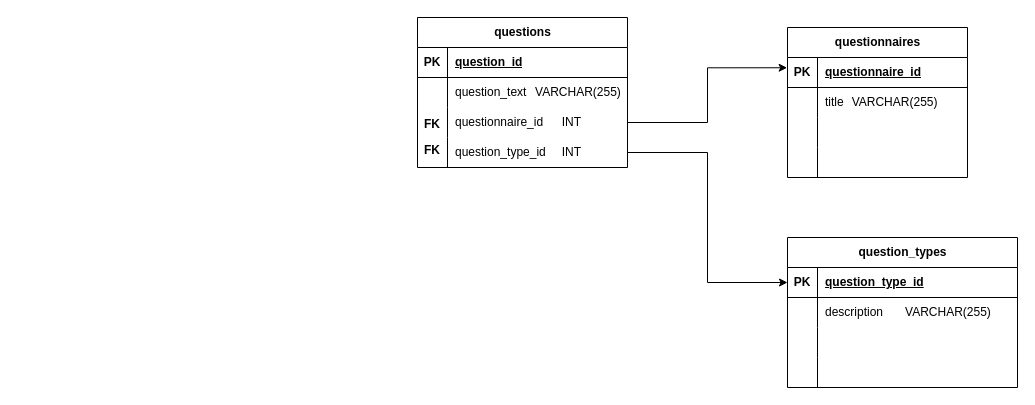
Earlier version of the draw.io diagram Documentation/MLD_exercice_looper.drawio (Mashiro3131/exercise-looper). Source tidied: cells renumbered, new cells numbered last; positions are measured from the earlier drawing's top-left corner, leaving out a move shared by most shapes. Both pictures are drawn from the tidied source at 100%, with x=0, y=0 at pixel (417, 17).
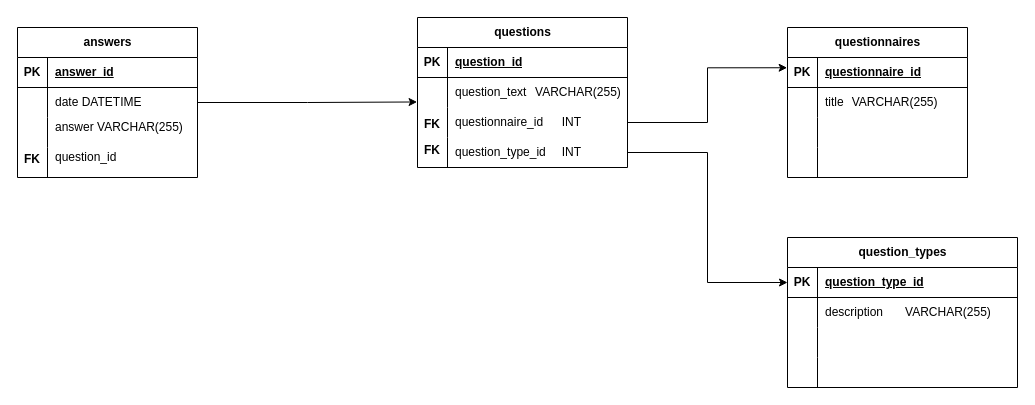
After the change.

Commit message (it also covers changes not shown here):
feat: ADD table answers to DB schema

Unchanged cells that the change refers to:
```xml
<mxCell id="20" style="shape=tableRow;horizontal=0;startSize=0;swimlaneHead=0;swimlaneBody=0;fillColor=none;points=[[0,0.5],[1,0.5]];portConstraint=eastwest;top=0;left=0;right=0;bottom=0;" parent="16" vertex="1">
  <mxGeometry y="60" width="210" height="30" as="geometry" />
</mxCell>
```

Change to the diagram source:
```diff
@@
+    <mxCell id="46" value="answers" style="shape=table;startSize=30;childLayout=tableLayout;rowLines=0;fontStyle=1;align=center;html=1;" parent="1" vertex="1">
+      <mxGeometry x="-400" y="10" width="180" height="150" as="geometry" />
+    </mxCell>
+    <mxCell id="47" style="shape=tableRow;horizontal=0;startSize=0;swimlaneHead=0;swimlaneBody=0;fillColor=none;top=0;left=0;right=0;bottom=1;" parent="46" vertex="1">
+      <mxGeometry y="30" width="180" height="30" as="geometry" />
+    </mxCell>
+    <mxCell id="48" value="PK" style="shape=partialRectangle;fillColor=none;top=0;left=0;bottom=0;right=0;fontStyle=1;overflow=hidden;whiteSpace=wrap;html=1;" parent="47" vertex="1">
+      <mxGeometry width="30" height="30" as="geometry" />
+    </mxCell>
+    <mxCell id="49" value="answer_id" style="shape=partialRectangle;fillColor=none;top=0;left=0;bottom=0;right=0;align=left;spacingLeft=6;fontStyle=5;overflow=hidden;whiteSpace=wrap;html=1;" parent="47" vertex="1">
+      <mxGeometry x="30" width="150" height="30" as="geometry" />
+    </mxCell>
+    <mxCell id="50" style="shape=tableRow;horizontal=0;startSize=0;swimlaneHead=0;swimlaneBody=0;fillColor=none;top=0;left=0;right=0;bottom=0;" parent="46" vertex="1">
+      <mxGeometry y="60" width="180" height="30" as="geometry" />
+    </mxCell>
+    <mxCell id="51" style="shape=partialRectangle;fillColor=none;top=0;left=0;bottom=0;right=0;overflow=hidden;whiteSpace=wrap;html=1;" parent="50" vertex="1">
+      <mxGeometry width="30" height="30" as="geometry" />
+    </mxCell>
+    <mxCell id="52" value="date DATETIME" style="shape=partialRectangle;fillColor=none;top=0;left=0;bottom=0;right=0;align=left;spacingLeft=6;overflow=hidden;whiteSpace=wrap;html=1;" parent="50" vertex="1">
+      <mxGeometry x="30" width="150" height="30" as="geometry" />
+    </mxCell>
+    <mxCell id="53" style="shape=tableRow;horizontal=0;startSize=0;swimlaneHead=0;swimlaneBody=0;fillColor=none;top=0;left=0;right=0;bottom=0;" parent="46" vertex="1">
+      <mxGeometry y="90" width="180" height="30" as="geometry" />
+    </mxCell>
+    <mxCell id="54" style="shape=partialRectangle;fillColor=none;top=0;left=0;bottom=0;right=0;overflow=hidden;whiteSpace=wrap;html=1;" parent="53" vertex="1">
+      <mxGeometry width="30" height="30" as="geometry" />
+    </mxCell>
+    <mxCell id="55" style="shape=partialRectangle;fillColor=none;top=0;left=0;bottom=0;right=0;align=left;spacingLeft=6;overflow=hidden;whiteSpace=wrap;html=1;" parent="53" vertex="1">
+      <mxGeometry x="30" width="150" height="30" as="geometry" />
+    </mxCell>
+    <mxCell id="56" style="shape=tableRow;horizontal=0;startSize=0;swimlaneHead=0;swimlaneBody=0;fillColor=none;top=0;left=0;right=0;bottom=0;" parent="46" vertex="1">
+      <mxGeometry y="120" width="180" height="30" as="geometry" />
+    </mxCell>
+    <mxCell id="57" style="shape=partialRectangle;fillColor=none;top=0;left=0;bottom=0;right=0;overflow=hidden;whiteSpace=wrap;html=1;" parent="56" vertex="1">
+      <mxGeometry width="30" height="30" as="geometry" />
+    </mxCell>
+    <mxCell id="58" style="shape=partialRectangle;fillColor=none;top=0;left=0;bottom=0;right=0;align=left;spacingLeft=6;overflow=hidden;whiteSpace=wrap;html=1;" parent="56" vertex="1">
+      <mxGeometry x="30" width="150" height="30" as="geometry" />
+    </mxCell>
+    <mxCell id="59" value="answer VARCHAR(255)" style="shape=partialRectangle;fillColor=none;top=0;left=0;bottom=0;right=0;align=left;spacingLeft=6;overflow=hidden;whiteSpace=wrap;html=1;" parent="1" vertex="1">
+      <mxGeometry x="-370" y="95" width="150" height="30" as="geometry" />
+    </mxCell>
+    <mxCell id="60" value="question_id" style="shape=partialRectangle;fillColor=none;top=0;left=0;bottom=0;right=0;align=left;spacingLeft=6;overflow=hidden;whiteSpace=wrap;html=1;" parent="1" vertex="1">
+      <mxGeometry x="-370" y="125" width="150" height="30" as="geometry" />
+    </mxCell>
+    <mxCell id="61" value="FK" style="shape=partialRectangle;fillColor=none;top=0;left=0;bottom=0;right=0;fontStyle=1;overflow=hidden;whiteSpace=wrap;html=1;" parent="1" vertex="1">
+      <mxGeometry x="-400" y="128.5" width="30" height="26.5" as="geometry" />
+    </mxCell>
+    <mxCell id="62" style="edgeStyle=orthogonalEdgeStyle;rounded=0;jettySize=auto;html=1;exitX=1;exitY=0.5;exitDx=0;exitDy=0;entryX=-0.002;entryY=0.816;entryDx=0;entryDy=0;entryPerimeter=0;" parent="1" edge="1" source="46" target="20">
+      <mxGeometry relative="1" as="geometry" />
+    </mxCell>
```
